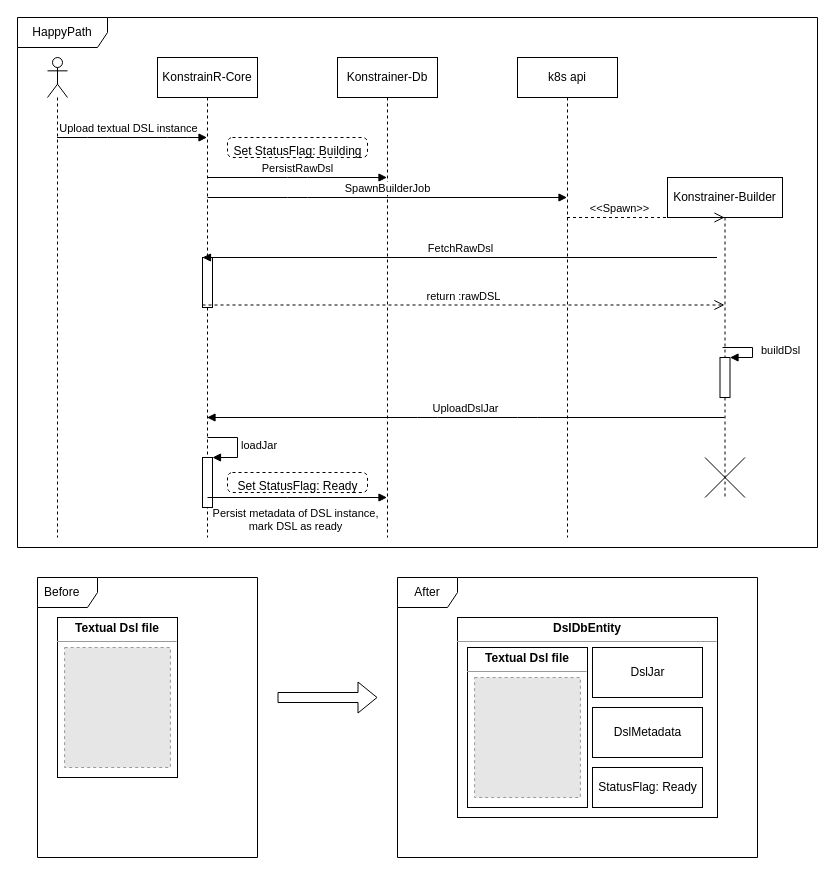
Earlier version of the draw.io diagram page "Success" (1 of 3) of main/Arch-Plan/dslBuild.drawio (Tiegris/KonstrainR). Source tidied: cells renumbered, new cells numbered last; positions are measured from the earlier drawing's top-left corner, leaving out a move shared by most shapes. Both pictures are drawn from the tidied source at 100%, with x=0, y=0 at pixel (17, 17). Pictures stored in the file or linked from it are replaced by grey dashed boxes.
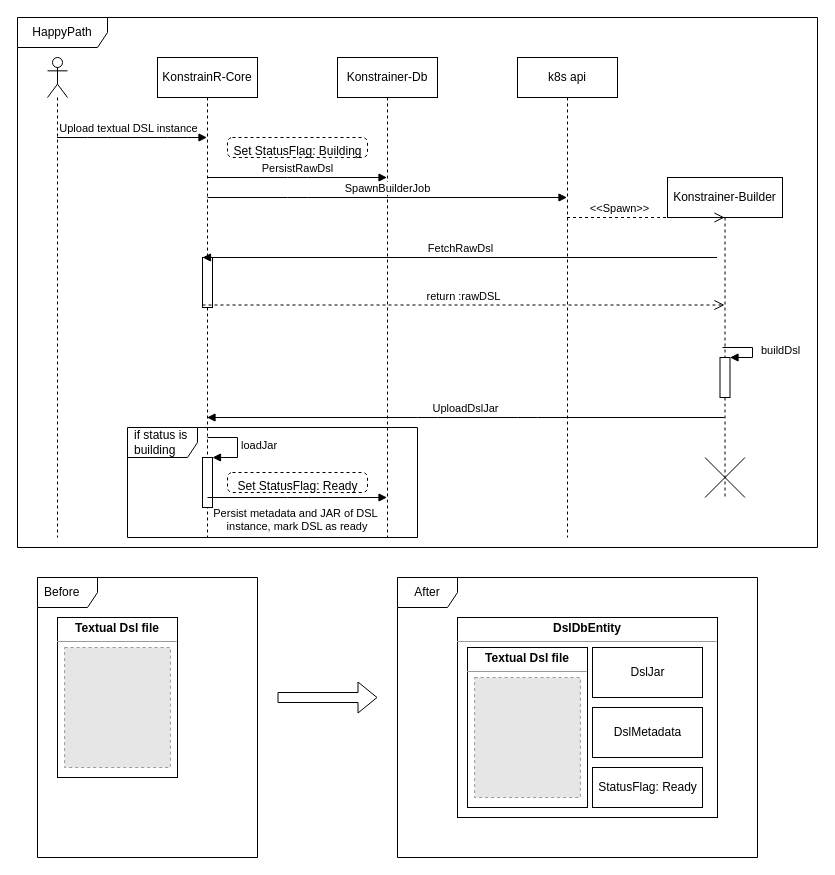
After the change.

Unchanged cells that the change refers to:
```xml
<mxCell id="15" value="Konstrainer-Db" style="shape=umlLifeline;perimeter=lifelinePerimeter;whiteSpace=wrap;html=1;outlineConnect=0;" parent="1" vertex="1">
  <mxGeometry x="320" y="40" width="100" height="480" as="geometry" />
</mxCell>
```

Change to the diagram source:
```diff
@@
+    <mxCell id="38" value="if status is building" style="shape=umlFrame;whiteSpace=wrap;html=1;width=70;height=30;boundedLbl=1;verticalAlign=middle;align=left;spacingLeft=5;" parent="15" vertex="1">
+      <mxGeometry x="-210" y="370" width="290" height="110" as="geometry" />
+    </mxCell>
@@
-    <mxCell id="23" value="Persist metadata of DSL instance,&lt;br&gt;mark DSL as ready" style="html=1;verticalAlign=bottom;endArrow=block;" parent="1" edge="1" target="15">
+    <mxCell id="23" value="Persist metadata and JAR of DSL&lt;br&gt;&amp;nbsp;instance, mark DSL as ready" style="html=1;verticalAlign=bottom;endArrow=block;" parent="1" edge="1" target="15">
       <mxGeometry x="-0.02" y="-38" relative="1" as="geometry">
         <mxPoint x="190" y="480" as="sourcePoint" />
         <Array as="points">
           <mxPoint x="280" y="480" />
         </Array>
       </mxGeometry>
     </mxCell>
```
